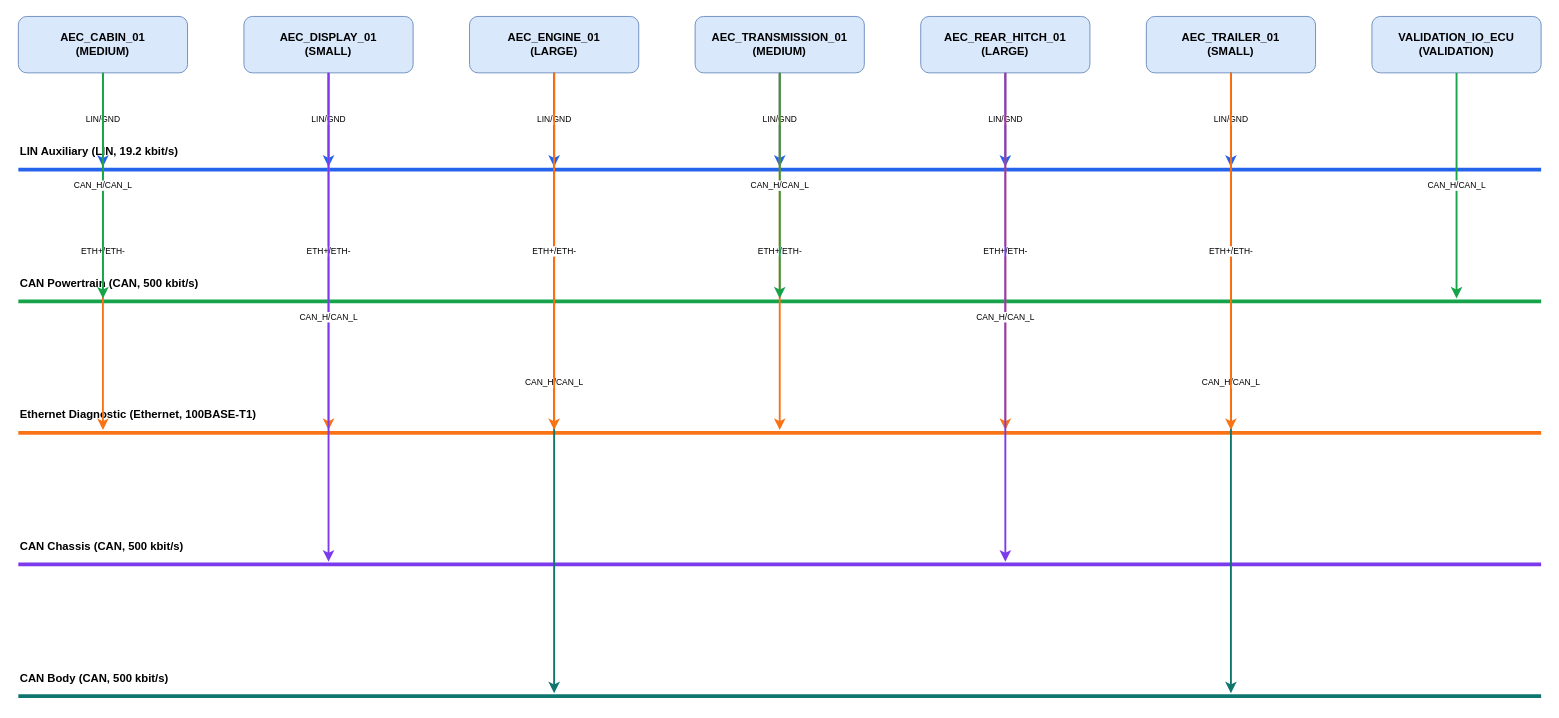
Above: generated_doc/drawio/network_bus_backbone.drawio in Anadack/EEDesignSolution (draw.io), before the change. Source tidied: cells renumbered, new cells numbered last; positions are measured from the earlier drawing's top-left corner, leaving out a move shared by most shapes. Both pictures are drawn from the tidied source at 94%, with x=0, y=0 at pixel (18, 16).
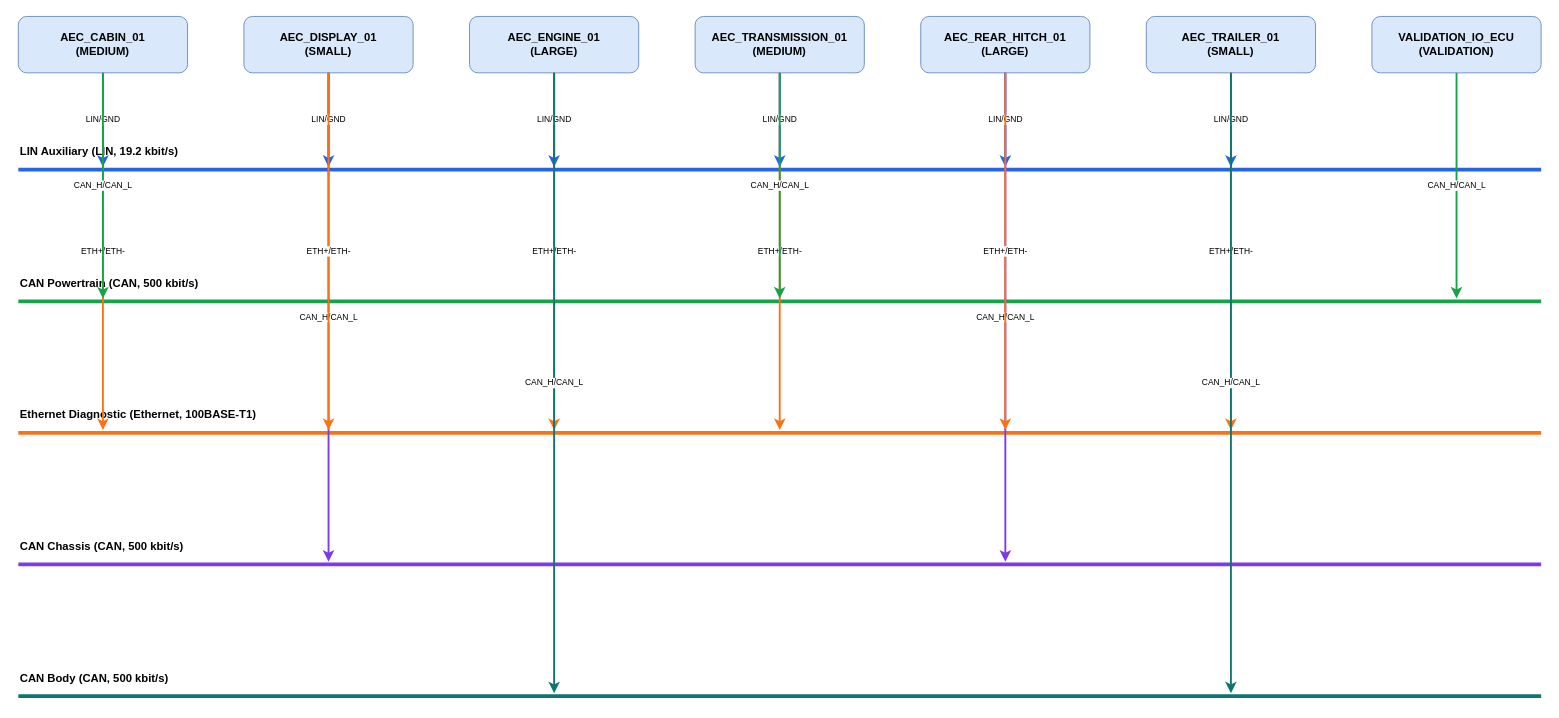
The same diagram, later.

The change refers to these unchanged cells:
```xml
<mxCell id="2" value="AEC_CABIN_01&#10;(MEDIUM)" style="rounded=1;whiteSpace=wrap;html=1;fillColor=#dae8fc;strokeColor=#6c8ebf;fontSize=12;fontStyle=1;" parent="1" vertex="1">
  <mxGeometry width="180" height="60" as="geometry" />
</mxCell>
<mxCell id="3" value="AEC_DISPLAY_01&#10;(SMALL)" style="rounded=1;whiteSpace=wrap;html=1;fillColor=#dae8fc;strokeColor=#6c8ebf;fontSize=12;fontStyle=1;" parent="1" vertex="1">
  <mxGeometry x="240" width="180" height="60" as="geometry" />
</mxCell>
<mxCell id="4" value="AEC_ENGINE_01&#10;(LARGE)" style="rounded=1;whiteSpace=wrap;html=1;fillColor=#dae8fc;strokeColor=#6c8ebf;fontSize=12;fontStyle=1;" parent="1" vertex="1">
  <mxGeometry x="480" width="180" height="60" as="geometry" />
</mxCell>
<mxCell id="5" value="AEC_TRANSMISSION_01&#10;(MEDIUM)" style="rounded=1;whiteSpace=wrap;html=1;fillColor=#dae8fc;strokeColor=#6c8ebf;fontSize=12;fontStyle=1;" parent="1" vertex="1">
  <mxGeometry x="720" width="180" height="60" as="geometry" />
</mxCell>
<mxCell id="6" value="AEC_REAR_HITCH_01&#10;(LARGE)" style="rounded=1;whiteSpace=wrap;html=1;fillColor=#dae8fc;strokeColor=#6c8ebf;fontSize=12;fontStyle=1;" parent="1" vertex="1">
  <mxGeometry x="960" width="180" height="60" as="geometry" />
</mxCell>
<mxCell id="7" value="AEC_TRAILER_01&#10;(SMALL)" style="rounded=1;whiteSpace=wrap;html=1;fillColor=#dae8fc;strokeColor=#6c8ebf;fontSize=12;fontStyle=1;" parent="1" vertex="1">
  <mxGeometry x="1200" width="180" height="60" as="geometry" />
</mxCell>
<mxCell id="10" style="line;strokeWidth=4;html=1;strokeColor=#2563eb;" parent="1" vertex="1">
  <mxGeometry y="160" width="1620" height="6" as="geometry" />
</mxCell>
<mxCell id="14" style="line;strokeWidth=4;html=1;strokeColor=#f97316;" parent="1" vertex="1">
  <mxGeometry y="440" width="1620" height="6" as="geometry" />
</mxCell>
<mxCell id="16" style="line;strokeWidth=4;html=1;strokeColor=#7c3aed;" parent="1" vertex="1">
  <mxGeometry y="580" width="1620" height="6" as="geometry" />
</mxCell>
<mxCell id="18" style="line;strokeWidth=4;html=1;strokeColor=#0f766e;" parent="1" vertex="1">
  <mxGeometry y="720" width="1620" height="6" as="geometry" />
</mxCell>
```

The edit, as a diff of the source:
```diff
@@
-    <mxCell id="19" value="LIN/GND" style="edgeStyle=orthogonalEdgeStyle;rounded=0;html=1;strokeColor=#2563eb;strokeWidth=2;fontSize=9;entryX=0.0555556;entryY=0;entryDx=0;entryDy=0;exitX=0.5;exitY=1;exitDx=0;exitDy=0;" parent="1" edge="1" source="2" target="10">
+    <mxCell id="19" value="ETH+/ETH-" style="edgeStyle=orthogonalEdgeStyle;rounded=0;html=1;strokeColor=#f97316;strokeWidth=2;fontSize=9;entryX=0.0555556;entryY=0;entryDx=0;entryDy=0;exitX=0.5;exitY=1;exitDx=0;exitDy=0;" parent="1" edge="1" source="2" target="14">
       <mxGeometry relative="1" as="geometry" />
     </mxCell>
-    <mxCell id="20" value="ETH+/ETH-" style="edgeStyle=orthogonalEdgeStyle;rounded=0;html=1;strokeColor=#f97316;strokeWidth=2;fontSize=9;entryX=0.0555556;entryY=0;entryDx=0;entryDy=0;exitX=0.5;exitY=1;exitDx=0;exitDy=0;" parent="1" edge="1" source="2" target="14">
+    <mxCell id="20" value="LIN/GND" style="edgeStyle=orthogonalEdgeStyle;rounded=0;html=1;strokeColor=#2563eb;strokeWidth=2;fontSize=9;entryX=0.0555556;entryY=0;entryDx=0;entryDy=0;exitX=0.5;exitY=1;exitDx=0;exitDy=0;" parent="1" edge="1" source="2" target="10">
       <mxGeometry relative="1" as="geometry" />
     </mxCell>
@@
-    <mxCell id="22" value="LIN/GND" style="edgeStyle=orthogonalEdgeStyle;rounded=0;html=1;strokeColor=#2563eb;strokeWidth=2;fontSize=9;entryX=0.203704;entryY=0;entryDx=0;entryDy=0;exitX=0.5;exitY=1;exitDx=0;exitDy=0;" parent="1" edge="1" source="3" target="10">
+    <mxCell id="22" value="CAN_H/CAN_L" style="edgeStyle=orthogonalEdgeStyle;rounded=0;html=1;strokeColor=#7c3aed;strokeWidth=2;fontSize=9;entryX=0.203704;entryY=0;entryDx=0;entryDy=0;exitX=0.5;exitY=1;exitDx=0;exitDy=0;" parent="1" edge="1" source="3" target="16">
       <mxGeometry relative="1" as="geometry" />
     </mxCell>
-    <mxCell id="23" value="ETH+/ETH-" style="edgeStyle=orthogonalEdgeStyle;rounded=0;html=1;strokeColor=#f97316;strokeWidth=2;fontSize=9;entryX=0.203704;entryY=0;entryDx=0;entryDy=0;exitX=0.5;exitY=1;exitDx=0;exitDy=0;" parent="1" edge="1" source="3" target="14">
+    <mxCell id="23" value="LIN/GND" style="edgeStyle=orthogonalEdgeStyle;rounded=0;html=1;strokeColor=#2563eb;strokeWidth=2;fontSize=9;entryX=0.203704;entryY=0;entryDx=0;entryDy=0;exitX=0.5;exitY=1;exitDx=0;exitDy=0;" parent="1" edge="1" source="3" target="10">
       <mxGeometry relative="1" as="geometry" />
     </mxCell>
-    <mxCell id="24" value="CAN_H/CAN_L" style="edgeStyle=orthogonalEdgeStyle;rounded=0;html=1;strokeColor=#7c3aed;strokeWidth=2;fontSize=9;entryX=0.203704;entryY=0;entryDx=0;entryDy=0;exitX=0.5;exitY=1;exitDx=0;exitDy=0;" parent="1" edge="1" source="3" target="16">
+    <mxCell id="24" value="ETH+/ETH-" style="edgeStyle=orthogonalEdgeStyle;rounded=0;html=1;strokeColor=#f97316;strokeWidth=2;fontSize=9;entryX=0.203704;entryY=0;entryDx=0;entryDy=0;exitX=0.5;exitY=1;exitDx=0;exitDy=0;" parent="1" edge="1" source="3" target="14">
       <mxGeometry relative="1" as="geometry" />
     </mxCell>
-    <mxCell id="25" value="CAN_H/CAN_L" style="edgeStyle=orthogonalEdgeStyle;rounded=0;html=1;strokeColor=#0f766e;strokeWidth=2;fontSize=9;entryX=0.351852;entryY=0;entryDx=0;entryDy=0;exitX=0.5;exitY=1;exitDx=0;exitDy=0;" parent="1" edge="1" source="4" target="18">
+    <mxCell id="25" value="ETH+/ETH-" style="edgeStyle=orthogonalEdgeStyle;rounded=0;html=1;strokeColor=#f97316;strokeWidth=2;fontSize=9;entryX=0.351852;entryY=0;entryDx=0;entryDy=0;exitX=0.5;exitY=1;exitDx=0;exitDy=0;" parent="1" edge="1" source="4" target="14">
       <mxGeometry relative="1" as="geometry" />
     </mxCell>
@@
-    <mxCell id="27" value="ETH+/ETH-" style="edgeStyle=orthogonalEdgeStyle;rounded=0;html=1;strokeColor=#f97316;strokeWidth=2;fontSize=9;entryX=0.351852;entryY=0;entryDx=0;entryDy=0;exitX=0.5;exitY=1;exitDx=0;exitDy=0;" parent="1" edge="1" source="4" target="14">
+    <mxCell id="27" value="CAN_H/CAN_L" style="edgeStyle=orthogonalEdgeStyle;rounded=0;html=1;strokeColor=#0f766e;strokeWidth=2;fontSize=9;entryX=0.351852;entryY=0;entryDx=0;entryDy=0;exitX=0.5;exitY=1;exitDx=0;exitDy=0;" parent="1" edge="1" source="4" target="18">
       <mxGeometry relative="1" as="geometry" />
     </mxCell>
-    <mxCell id="28" value="LIN/GND" style="edgeStyle=orthogonalEdgeStyle;rounded=0;html=1;strokeColor=#2563eb;strokeWidth=2;fontSize=9;entryX=0.5;entryY=0;entryDx=0;entryDy=0;exitX=0.5;exitY=1;exitDx=0;exitDy=0;" parent="1" edge="1" source="5" target="10">
+    <mxCell id="28" value="ETH+/ETH-" style="edgeStyle=orthogonalEdgeStyle;rounded=0;html=1;strokeColor=#f97316;strokeWidth=2;fontSize=9;entryX=0.5;entryY=0;entryDx=0;entryDy=0;exitX=0.5;exitY=1;exitDx=0;exitDy=0;" parent="1" edge="1" source="5" target="14">
       <mxGeometry relative="1" as="geometry" />
     </mxCell>
-    <mxCell id="29" value="ETH+/ETH-" style="edgeStyle=orthogonalEdgeStyle;rounded=0;html=1;strokeColor=#f97316;strokeWidth=2;fontSize=9;entryX=0.5;entryY=0;entryDx=0;entryDy=0;exitX=0.5;exitY=1;exitDx=0;exitDy=0;" parent="1" edge="1" source="5" target="14">
+    <mxCell id="29" value="LIN/GND" style="edgeStyle=orthogonalEdgeStyle;rounded=0;html=1;strokeColor=#2563eb;strokeWidth=2;fontSize=9;entryX=0.5;entryY=0;entryDx=0;entryDy=0;exitX=0.5;exitY=1;exitDx=0;exitDy=0;" parent="1" edge="1" source="5" target="10">
       <mxGeometry relative="1" as="geometry" />
     </mxCell>
@@
-    <mxCell id="31" value="LIN/GND" style="edgeStyle=orthogonalEdgeStyle;rounded=0;html=1;strokeColor=#2563eb;strokeWidth=2;fontSize=9;entryX=0.648148;entryY=0;entryDx=0;entryDy=0;exitX=0.5;exitY=1;exitDx=0;exitDy=0;" parent="1" edge="1" source="6" target="10">
+    <mxCell id="31" value="CAN_H/CAN_L" style="edgeStyle=orthogonalEdgeStyle;rounded=0;html=1;strokeColor=#7c3aed;strokeWidth=2;fontSize=9;entryX=0.648148;entryY=0;entryDx=0;entryDy=0;exitX=0.5;exitY=1;exitDx=0;exitDy=0;" parent="1" edge="1" source="6" target="16">
       <mxGeometry relative="1" as="geometry" />
     </mxCell>
-    <mxCell id="32" value="ETH+/ETH-" style="edgeStyle=orthogonalEdgeStyle;rounded=0;html=1;strokeColor=#f97316;strokeWidth=2;fontSize=9;entryX=0.648148;entryY=0;entryDx=0;entryDy=0;exitX=0.5;exitY=1;exitDx=0;exitDy=0;" parent="1" edge="1" source="6" target="14">
+    <mxCell id="32" value="LIN/GND" style="edgeStyle=orthogonalEdgeStyle;rounded=0;html=1;strokeColor=#2563eb;strokeWidth=2;fontSize=9;entryX=0.648148;entryY=0;entryDx=0;entryDy=0;exitX=0.5;exitY=1;exitDx=0;exitDy=0;" parent="1" edge="1" source="6" target="10">
       <mxGeometry relative="1" as="geometry" />
     </mxCell>
-    <mxCell id="33" value="CAN_H/CAN_L" style="edgeStyle=orthogonalEdgeStyle;rounded=0;html=1;strokeColor=#7c3aed;strokeWidth=2;fontSize=9;entryX=0.648148;entryY=0;entryDx=0;entryDy=0;exitX=0.5;exitY=1;exitDx=0;exitDy=0;" parent="1" edge="1" source="6" target="16">
+    <mxCell id="33" value="ETH+/ETH-" style="edgeStyle=orthogonalEdgeStyle;rounded=0;html=1;strokeColor=#f97316;strokeWidth=2;fontSize=9;entryX=0.648148;entryY=0;entryDx=0;entryDy=0;exitX=0.5;exitY=1;exitDx=0;exitDy=0;" parent="1" edge="1" source="6" target="14">
       <mxGeometry relative="1" as="geometry" />
     </mxCell>
-    <mxCell id="34" value="CAN_H/CAN_L" style="edgeStyle=orthogonalEdgeStyle;rounded=0;html=1;strokeColor=#0f766e;strokeWidth=2;fontSize=9;entryX=0.796296;entryY=0;entryDx=0;entryDy=0;exitX=0.5;exitY=1;exitDx=0;exitDy=0;" parent="1" edge="1" source="7" target="18">
+    <mxCell id="34" value="ETH+/ETH-" style="edgeStyle=orthogonalEdgeStyle;rounded=0;html=1;strokeColor=#f97316;strokeWidth=2;fontSize=9;entryX=0.796296;entryY=0;entryDx=0;entryDy=0;exitX=0.5;exitY=1;exitDx=0;exitDy=0;" parent="1" edge="1" source="7" target="14">
       <mxGeometry relative="1" as="geometry" />
     </mxCell>
@@
-    <mxCell id="36" value="ETH+/ETH-" style="edgeStyle=orthogonalEdgeStyle;rounded=0;html=1;strokeColor=#f97316;strokeWidth=2;fontSize=9;entryX=0.796296;entryY=0;entryDx=0;entryDy=0;exitX=0.5;exitY=1;exitDx=0;exitDy=0;" parent="1" edge="1" source="7" target="14">
+    <mxCell id="36" value="CAN_H/CAN_L" style="edgeStyle=orthogonalEdgeStyle;rounded=0;html=1;strokeColor=#0f766e;strokeWidth=2;fontSize=9;entryX=0.796296;entryY=0;entryDx=0;entryDy=0;exitX=0.5;exitY=1;exitDx=0;exitDy=0;" parent="1" edge="1" source="7" target="18">
       <mxGeometry relative="1" as="geometry" />
     </mxCell>
```
